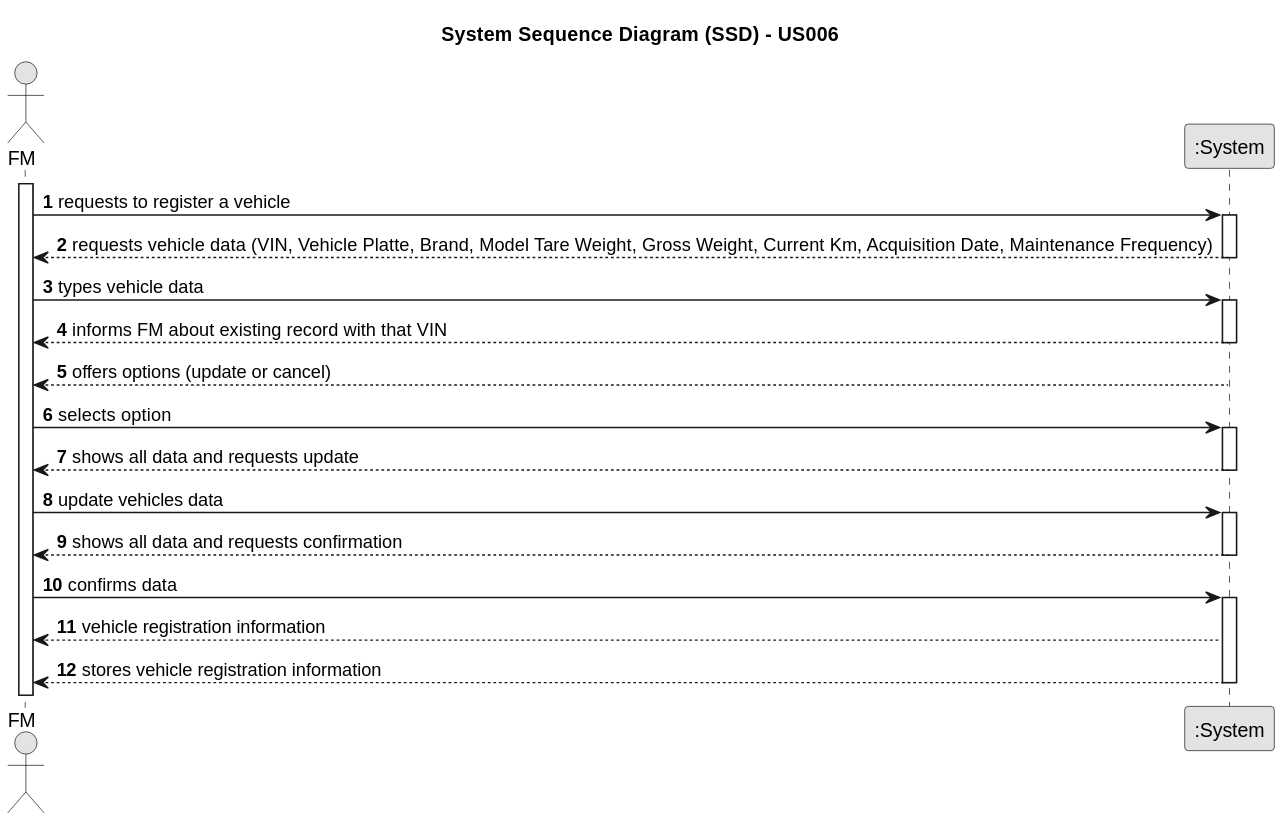
ricardomm7/leaflink keeps this PlantUML diagram as docs/sprintA/us006/01.requirements-engineering/svg/us006-system-sequence-diagram-alternative-two.svg. Above is the earlier version.
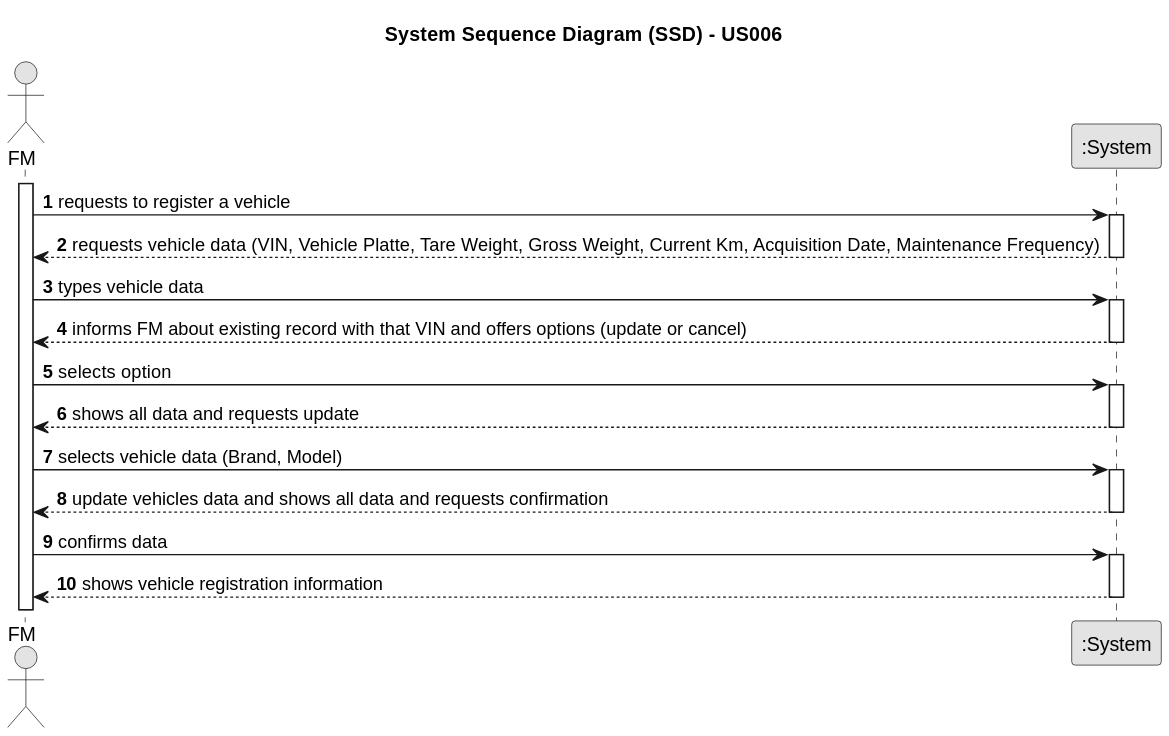
Later version of the same file.

Change to the diagram source:
```diff
@@ -15,17 +15,14 @@
     FM -> System : requests to register a vehicle
     activate System
 
-        System --> FM : requests vehicle data (VIN, Vehicle Platte, Brand, Model Tare Weight, Gross Weight, Current Km, Acquisition Date, Maintenance Frequency)
+        System --> FM : requests vehicle data (VIN, Vehicle Platte, Tare Weight, Gross Weight, Current Km, Acquisition Date, Maintenance Frequency)
     deactivate System
 
     FM -> System : types vehicle data
     activate System
 
-        System --> FM : informs FM about existing record with that VIN
+        System --> FM : informs FM about existing record with that VIN and offers options (update or cancel)
     deactivate System
-
-    System --> FM : offers options (update or cancel)
-        deactivate System
 
     FM -> System : selects option
         activate System
@@ -33,16 +30,16 @@
         System --> FM : shows all data and requests update
     deactivate System
 
-    FM -> System : update vehicles data
-    activate System
+    FM -> System : selects vehicle data (Brand, Model)
+            activate System
 
-    System --> FM : shows all data and requests confirmation
+        System --> FM : update vehicles data and shows all data and requests confirmation
+
     deactivate System
 
     FM -> System : confirms data
     activate System
 
-    System --> FM :  vehicle registration information
-    System --> FM : stores vehicle registration information
+    System --> FM :  shows vehicle registration information
     deactivate System
 @enduml
```
